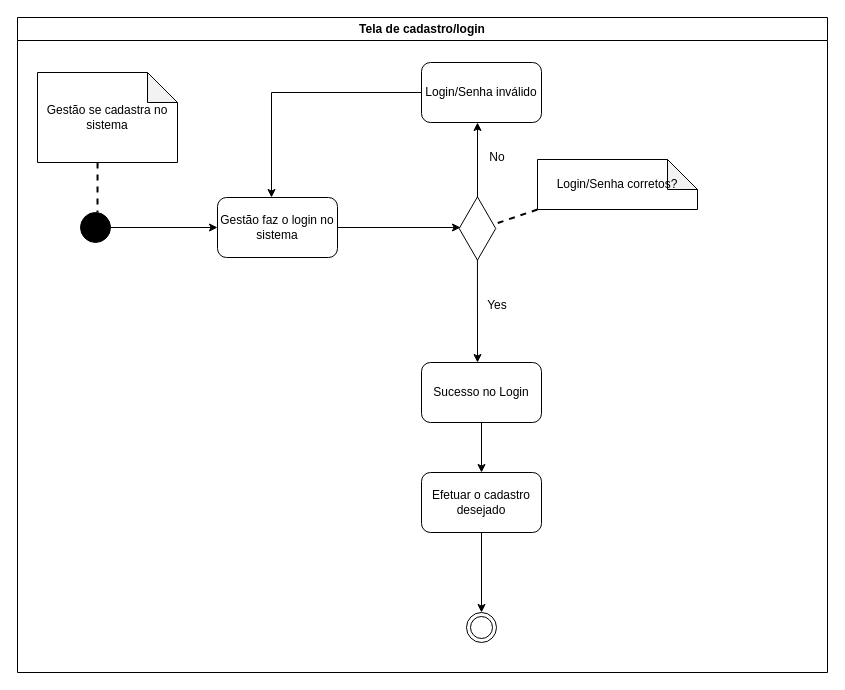
Above: Diagrama de Atividade.drawio in LizReis/blog (draw.io), before the change. Source tidied: cells renumbered, new cells numbered last; positions are measured from the earlier drawing's top-left corner, leaving out a move shared by most shapes. Both pictures are drawn from the tidied source at 100%, with x=0, y=0 at pixel (17, 17).
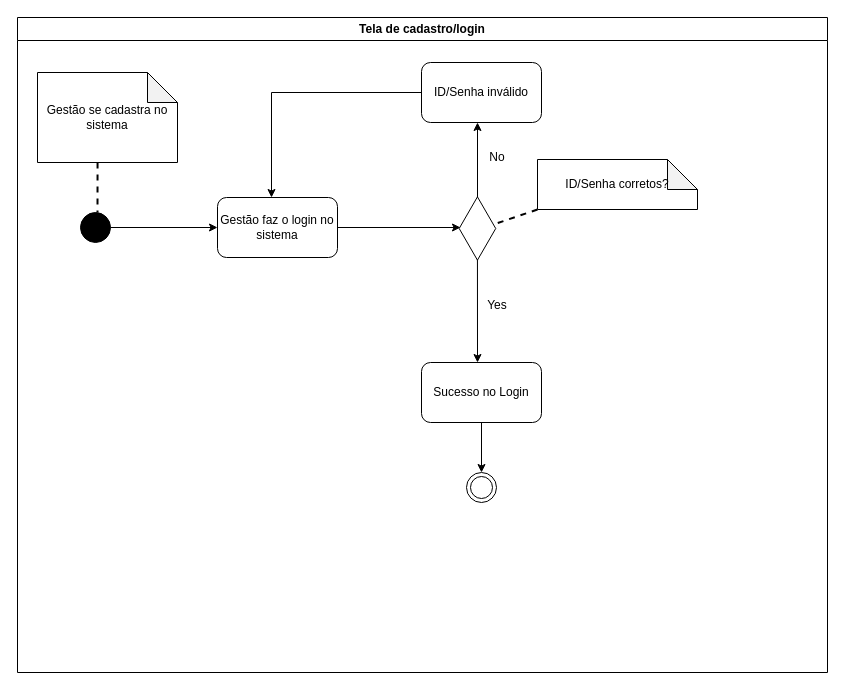
The same page after the edit.

The change refers to these unchanged cells:
```xml
<mxCell id="14" value="Tela de cadastro/login" style="swimlane;whiteSpace=wrap;html=1;" parent="1" vertex="1">
  <mxGeometry width="810" height="655" as="geometry" />
</mxCell>
```

The edit, as a diff of the source:
```diff
@@
-    <mxCell id="7" value="Login/Senha inválido" style="rounded=1;whiteSpace=wrap;html=1;" parent="1" vertex="1">
+    <mxCell id="7" value="ID/Senha inválido" style="rounded=1;whiteSpace=wrap;html=1;" parent="1" vertex="1">
       <mxGeometry x="404" y="45" width="120" height="60" as="geometry" />
     </mxCell>
@@
-    <mxCell id="11" value="Efetuar o cadastro desejado" style="rounded=1;whiteSpace=wrap;html=1;" parent="1" vertex="1">
-      <mxGeometry x="404" y="455" width="120" height="60" as="geometry" />
-    </mxCell>
-    <mxCell id="12" style="endArrow=classic;html=1;rounded=0;exitX=0.5;exitY=1;exitDx=0;exitDy=0;" parent="1" edge="1" source="11">
-      <mxGeometry relative="1" as="geometry">
-        <mxPoint x="464" y="595" as="targetPoint" />
-      </mxGeometry>
-    </mxCell>
-    <mxCell id="13" style="ellipse;shape=doubleEllipse;whiteSpace=wrap;html=1;" parent="1" vertex="1">
-      <mxGeometry x="449" y="595" width="30" height="30" as="geometry" />
-    </mxCell>
@@
-    <mxCell id="15" value="Login/Senha corretos?" style="shape=note;whiteSpace=wrap;html=1;backgroundOutline=1;darkOpacity=0.05;fontSize=12;" parent="14" vertex="1">
+    <mxCell id="15" value="ID/Senha corretos?" style="shape=note;whiteSpace=wrap;html=1;backgroundOutline=1;darkOpacity=0.05;fontSize=12;" parent="14" vertex="1">
       <mxGeometry x="520" y="142" width="160" height="50" as="geometry" />
     </mxCell>
@@
+    <mxCell id="13" style="ellipse;shape=doubleEllipse;whiteSpace=wrap;html=1;" parent="14" vertex="1">
+      <mxGeometry x="449" y="455" width="30" height="30" as="geometry" />
+    </mxCell>
```
